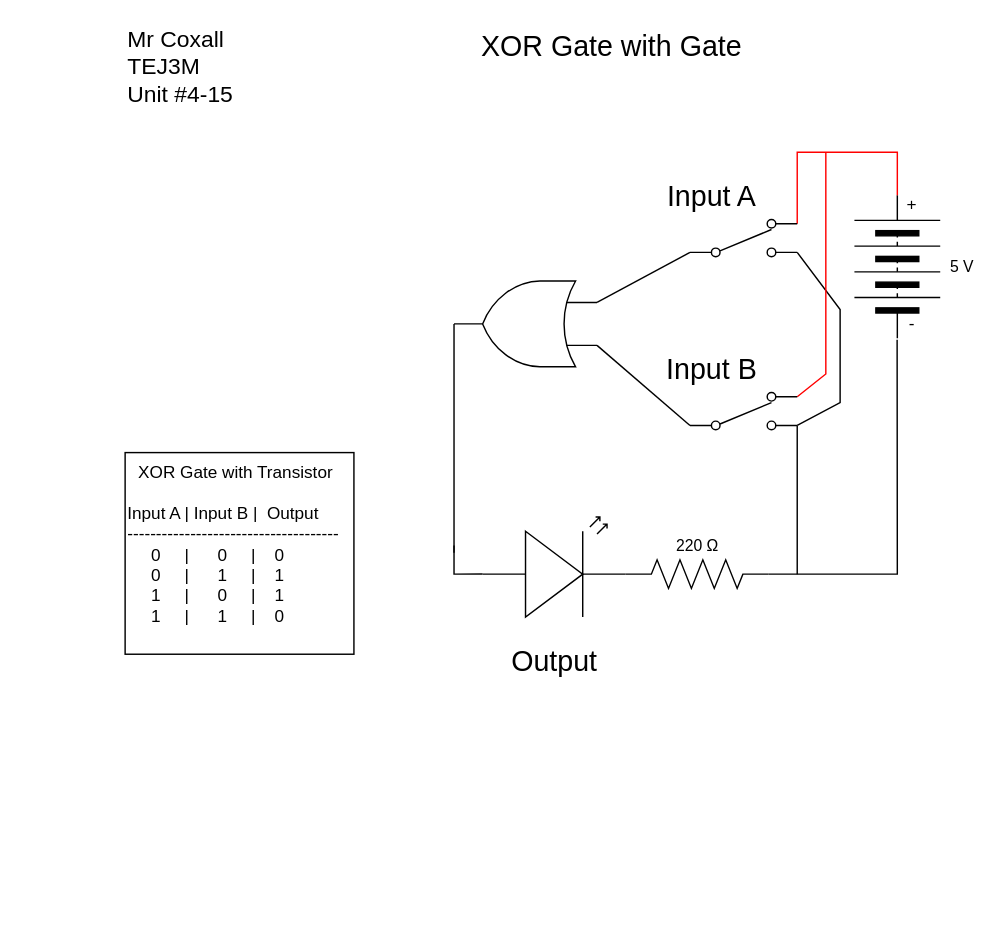
Above: Unit4-15/TEJ3M-Unit4-15.drawio in tej3m1-1-2021/TEJ3M-Unit4 (draw.io), before the change. Source tidied: cells renumbered, new cells numbered last; positions are measured from the earlier drawing's top-left corner, leaving out a move shared by most shapes. Both pictures are drawn from the tidied source at 143%, with x=0, y=0 at pixel (124, 30).
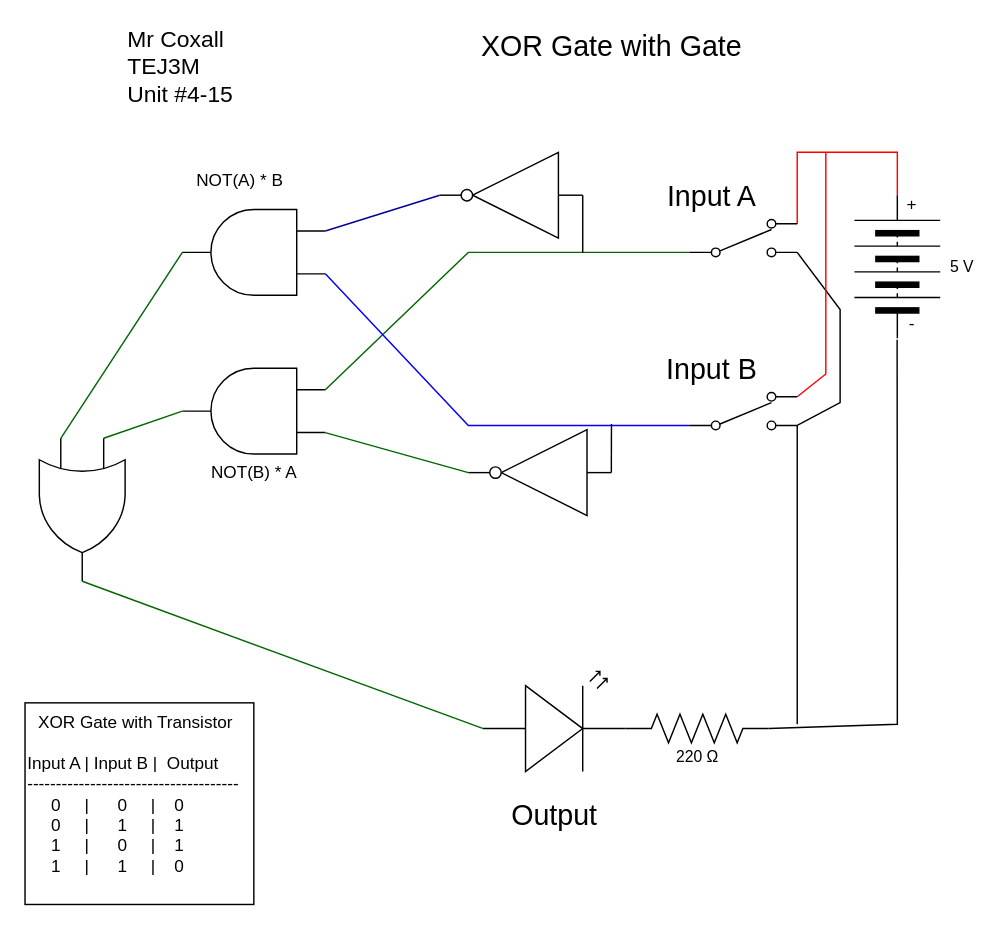
The same page after the edit.

Unchanged cells that the change refers to:
```xml
<mxCell id="12" style="verticalLabelPosition=bottom;shadow=0;dashed=0;align=center;html=1;verticalAlign=top;shape=mxgraph.electrical.electro-mechanical.2-way_switch;rotation=0;" parent="1" vertex="1">
  <mxGeometry x="395" y="132" width="75" height="26" as="geometry" />
</mxCell>
<mxCell id="13" value="-" style="text;html=1;align=center;verticalAlign=middle;points=[];strokeColor=none;fillColor=none;" parent="1" vertex="1">
  <mxGeometry x="540" y="195" width="20" height="20" as="geometry" />
</mxCell>
<mxCell id="21" style="verticalLabelPosition=bottom;shadow=0;dashed=0;align=center;html=1;verticalAlign=top;shape=mxgraph.electrical.electro-mechanical.2-way_switch;rotation=0;" parent="1" vertex="1">
  <mxGeometry x="395" y="253" width="75" height="26" as="geometry" />
</mxCell>
```

Change to the diagram source:
```diff
@@
     <mxCell id="3" style="edgeStyle=none;html=1;exitX=1;exitY=0.5;exitDx=0;exitDy=0;exitPerimeter=0;fontSize=14;endArrow=none;endFill=0;entryX=-0.007;entryY=1.053;entryDx=0;entryDy=0;entryPerimeter=0;rounded=0;" parent="1" edge="1" source="4" target="13">
       <mxGeometry relative="1" as="geometry">
         <Array as="points">
+          <mxPoint x="540" y="485" />
           <mxPoint x="540" y="380" />
         </Array>
       </mxGeometry>
     </mxCell>
     <mxCell id="4" style="verticalLabelPosition=bottom;shadow=0;dashed=0;align=center;html=1;verticalAlign=top;shape=mxgraph.electrical.resistors.resistor_2;" parent="1" vertex="1">
-      <mxGeometry x="350" y="370" width="100" height="20" as="geometry" />
+      <mxGeometry x="350" y="478" width="100" height="20" as="geometry" />
     </mxCell>
     <mxCell id="5" style="verticalLabelPosition=bottom;shadow=0;dashed=0;align=center;html=1;verticalAlign=top;shape=mxgraph.electrical.opto_electronics.led_2;rotation=0;" parent="1" vertex="1">
-      <mxGeometry x="250" y="340" width="100" height="70" as="geometry" />
+      <mxGeometry x="250" y="448" width="100" height="70" as="geometry" />
     </mxCell>
@@
     <mxCell id="7" value="220&amp;nbsp;Ω" style="text;html=1;align=center;verticalAlign=middle;strokeColor=none;fillColor=none;fontSize=11;fontFamily=Helvetica;fontColor=default;" parent="1" vertex="1">
-      <mxGeometry x="375" y="350" width="50" height="20" as="geometry" />
+      <mxGeometry x="375" y="498" width="50" height="20" as="geometry" />
     </mxCell>
@@
     <mxCell id="15" value="&lt;div style=&quot;text-align: center&quot;&gt;&lt;span&gt;&amp;nbsp;XOR Gate with Transistor&lt;/span&gt;&lt;/div&gt;&lt;br&gt;Input A | Input B |&amp;nbsp; Output&lt;br&gt;-------------------------------------&lt;br&gt;&amp;nbsp; &amp;nbsp; &amp;nbsp;0&amp;nbsp; &amp;nbsp; &amp;nbsp;|&amp;nbsp; &amp;nbsp; &amp;nbsp; 0&amp;nbsp; &amp;nbsp; &amp;nbsp;|&amp;nbsp; &amp;nbsp; 0&lt;br&gt;&amp;nbsp; &amp;nbsp; &amp;nbsp;0&amp;nbsp; &amp;nbsp; &amp;nbsp;|&amp;nbsp; &amp;nbsp; &amp;nbsp; 1&amp;nbsp; &amp;nbsp; &amp;nbsp;|&amp;nbsp; &amp;nbsp; 1&lt;br&gt;&amp;nbsp; &amp;nbsp; &amp;nbsp;1&amp;nbsp; &amp;nbsp; &amp;nbsp;|&amp;nbsp; &amp;nbsp; &amp;nbsp; 0&amp;nbsp; &amp;nbsp; &amp;nbsp;|&amp;nbsp; &amp;nbsp; 1&lt;br&gt;&amp;nbsp; &amp;nbsp; &amp;nbsp;1&amp;nbsp; &amp;nbsp; &amp;nbsp;|&amp;nbsp; &amp;nbsp; &amp;nbsp; 1&amp;nbsp; &amp;nbsp; &amp;nbsp;|&amp;nbsp; &amp;nbsp; 0" style="rounded=0;whiteSpace=wrap;html=1;align=left;verticalAlign=top;" parent="1" vertex="1">
-      <mxGeometry y="295" width="160" height="141" as="geometry" />
+      <mxGeometry x="-70" y="470" width="160" height="141" as="geometry" />
     </mxCell>
@@
     <mxCell id="18" value="Output" style="text;html=1;align=center;verticalAlign=middle;strokeColor=none;fillColor=none;fontSize=20;" parent="1" vertex="1">
-      <mxGeometry x="260" y="425" width="80" height="30" as="geometry" />
+      <mxGeometry x="260" y="533" width="80" height="30" as="geometry" />
     </mxCell>
@@
     <mxCell id="20" style="edgeStyle=none;rounded=0;html=1;exitX=1;exitY=0.885;exitDx=0;exitDy=0;exitPerimeter=0;fontSize=14;endArrow=none;endFill=0;strokeColor=#000000;" parent="1" edge="1" source="21">
       <mxGeometry relative="1" as="geometry">
-        <mxPoint x="470" y="380" as="targetPoint" />
+        <mxPoint x="470" y="485" as="targetPoint" />
       </mxGeometry>
     </mxCell>
@@
-    <mxCell id="23" style="edgeStyle=none;html=1;exitX=0;exitY=0.25;exitDx=0;exitDy=0;exitPerimeter=0;entryX=0;entryY=0.885;entryDx=0;entryDy=0;entryPerimeter=0;endArrow=none;endFill=0;" parent="1" edge="1" source="26" target="12">
-      <mxGeometry relative="1" as="geometry" />
+    <mxCell id="23" style="edgeStyle=none;html=1;entryX=0;entryY=0.885;entryDx=0;entryDy=0;entryPerimeter=0;endArrow=none;endFill=0;rounded=0;strokeColor=#006600;exitX=0;exitY=0.75;exitDx=0;exitDy=0;exitPerimeter=0;" parent="1" edge="1" source="35" target="12">
+      <mxGeometry relative="1" as="geometry">
+        <Array as="points">
+          <mxPoint x="240" y="155" />
+        </Array>
+      </mxGeometry>
     </mxCell>
-    <mxCell id="24" style="edgeStyle=none;html=1;exitX=0;exitY=0.75;exitDx=0;exitDy=0;exitPerimeter=0;entryX=0;entryY=0.885;entryDx=0;entryDy=0;entryPerimeter=0;endArrow=none;endFill=0;" parent="1" edge="1" source="26" target="21">
-      <mxGeometry relative="1" as="geometry" />
+    <mxCell id="24" style="edgeStyle=none;html=1;entryX=0;entryY=0.885;entryDx=0;entryDy=0;entryPerimeter=0;endArrow=none;endFill=0;exitX=0;exitY=0.25;exitDx=0;exitDy=0;exitPerimeter=0;rounded=0;strokeColor=#0000FF;" parent="1" edge="1" source="34" target="21">
+      <mxGeometry relative="1" as="geometry">
+        <Array as="points">
+          <mxPoint x="240" y="276" />
+        </Array>
+      </mxGeometry>
     </mxCell>
-    <mxCell id="25" style="edgeStyle=none;html=1;exitX=1;exitY=0.5;exitDx=0;exitDy=0;exitPerimeter=0;endArrow=none;endFill=0;" parent="1" edge="1" source="26">
-      <mxGeometry relative="1" as="geometry">
-        <mxPoint x="230" y="365" as="targetPoint" />
-      </mxGeometry>
-    </mxCell>
-    <mxCell id="26" style="verticalLabelPosition=bottom;shadow=0;dashed=0;align=center;html=1;verticalAlign=top;shape=mxgraph.electrical.logic_gates.logic_gate;operation=or;flipH=1;" parent="1" vertex="1">
-      <mxGeometry x="230" y="175" width="100" height="60" as="geometry" />
-    </mxCell>
-    <mxCell id="27" style="edgeStyle=none;html=1;exitX=1;exitY=0.5;exitDx=0;exitDy=0;exitPerimeter=0;entryX=0;entryY=0.57;entryDx=0;entryDy=0;entryPerimeter=0;endArrow=none;endFill=0;rounded=0;" parent="1" edge="1" target="5">
-      <mxGeometry relative="1" as="geometry">
-        <mxPoint x="230" y="360" as="sourcePoint" />
-        <Array as="points">
-          <mxPoint x="230" y="380" />
-        </Array>
-      </mxGeometry>
-    </mxCell>
+    <mxCell id="28" style="edgeStyle=none;html=1;exitX=0;exitY=0.5;exitDx=0;exitDy=0;exitPerimeter=0;endArrow=none;endFill=0;" parent="1" edge="1" source="30">
+      <mxGeometry relative="1" as="geometry">
+        <mxPoint x="340.1" y="275" as="targetPoint" />
+      </mxGeometry>
+    </mxCell>
+    <mxCell id="29" style="edgeStyle=none;rounded=0;html=1;exitX=1;exitY=0.5;exitDx=0;exitDy=0;exitPerimeter=0;entryX=0;entryY=0.25;entryDx=0;entryDy=0;entryPerimeter=0;endArrow=none;endFill=0;strokeColor=#006600;" parent="1" edge="1" source="30" target="35">
+      <mxGeometry relative="1" as="geometry" />
+    </mxCell>
+    <mxCell id="30" style="verticalLabelPosition=bottom;shadow=0;dashed=0;align=center;html=1;verticalAlign=top;shape=mxgraph.electrical.logic_gates.inverter_2;rotation=-180;" parent="1" vertex="1">
+      <mxGeometry x="240" y="279" width="100" height="60" as="geometry" />
+    </mxCell>
+    <mxCell id="31" style="edgeStyle=none;html=1;exitX=0;exitY=0.5;exitDx=0;exitDy=0;exitPerimeter=0;endArrow=none;endFill=0;" parent="1" edge="1" source="33">
+      <mxGeometry relative="1" as="geometry">
+        <mxPoint x="320" y="155" as="targetPoint" />
+      </mxGeometry>
+    </mxCell>
+    <mxCell id="32" style="edgeStyle=none;html=1;exitX=1;exitY=0.5;exitDx=0;exitDy=0;exitPerimeter=0;entryX=0;entryY=0.75;entryDx=0;entryDy=0;entryPerimeter=0;endArrow=none;endFill=0;strokeColor=#000099;" parent="1" edge="1" source="33" target="34">
+      <mxGeometry relative="1" as="geometry" />
+    </mxCell>
+    <mxCell id="33" style="verticalLabelPosition=bottom;shadow=0;dashed=0;align=center;html=1;verticalAlign=top;shape=mxgraph.electrical.logic_gates.inverter_2;rotation=-180;" parent="1" vertex="1">
+      <mxGeometry x="220" y="85" width="100" height="60" as="geometry" />
+    </mxCell>
+    <mxCell id="34" style="verticalLabelPosition=bottom;shadow=0;dashed=0;align=center;html=1;verticalAlign=top;shape=mxgraph.electrical.logic_gates.logic_gate;operation=and;rotation=-180;" parent="1" vertex="1">
+      <mxGeometry x="40" y="125" width="100" height="60" as="geometry" />
+    </mxCell>
+    <mxCell id="35" style="verticalLabelPosition=bottom;shadow=0;dashed=0;align=center;html=1;verticalAlign=top;shape=mxgraph.electrical.logic_gates.logic_gate;operation=and;rotation=-180;" parent="1" vertex="1">
+      <mxGeometry x="40" y="236" width="100" height="60" as="geometry" />
+    </mxCell>
+    <mxCell id="36" value="NOT(A) * B" style="text;html=1;align=center;verticalAlign=middle;strokeColor=none;fillColor=none;" parent="1" vertex="1">
+      <mxGeometry x="40" y="95" width="80" height="20" as="geometry" />
+    </mxCell>
+    <mxCell id="37" value="NOT(B) * A" style="text;html=1;align=center;verticalAlign=middle;strokeColor=none;fillColor=none;" parent="1" vertex="1">
+      <mxGeometry x="50" y="299" width="80" height="20" as="geometry" />
+    </mxCell>
+    <mxCell id="38" style="edgeStyle=none;rounded=0;html=1;exitX=0;exitY=0.75;exitDx=0;exitDy=0;exitPerimeter=0;entryX=1;entryY=0.5;entryDx=0;entryDy=0;entryPerimeter=0;endArrow=none;endFill=0;strokeColor=#006600;" parent="1" edge="1" source="41" target="34">
+      <mxGeometry relative="1" as="geometry" />
+    </mxCell>
+    <mxCell id="39" style="edgeStyle=none;rounded=0;html=1;exitX=0;exitY=0.25;exitDx=0;exitDy=0;exitPerimeter=0;entryX=1;entryY=0.5;entryDx=0;entryDy=0;entryPerimeter=0;endArrow=none;endFill=0;strokeColor=#006600;" parent="1" edge="1" source="41" target="35">
+      <mxGeometry relative="1" as="geometry" />
+    </mxCell>
+    <mxCell id="40" style="edgeStyle=none;rounded=0;html=1;exitX=1;exitY=0.5;exitDx=0;exitDy=0;exitPerimeter=0;endArrow=none;endFill=0;strokeColor=#006600;entryX=0;entryY=0.57;entryDx=0;entryDy=0;entryPerimeter=0;" parent="1" edge="1" source="41" target="5">
+      <mxGeometry relative="1" as="geometry" />
+    </mxCell>
+    <mxCell id="41" style="verticalLabelPosition=bottom;shadow=0;dashed=0;align=center;html=1;verticalAlign=top;shape=mxgraph.electrical.logic_gates.logic_gate;operation=or;rotation=90;" parent="1" vertex="1">
+      <mxGeometry x="-80" y="305" width="100" height="60" as="geometry" />
+    </mxCell>
```
